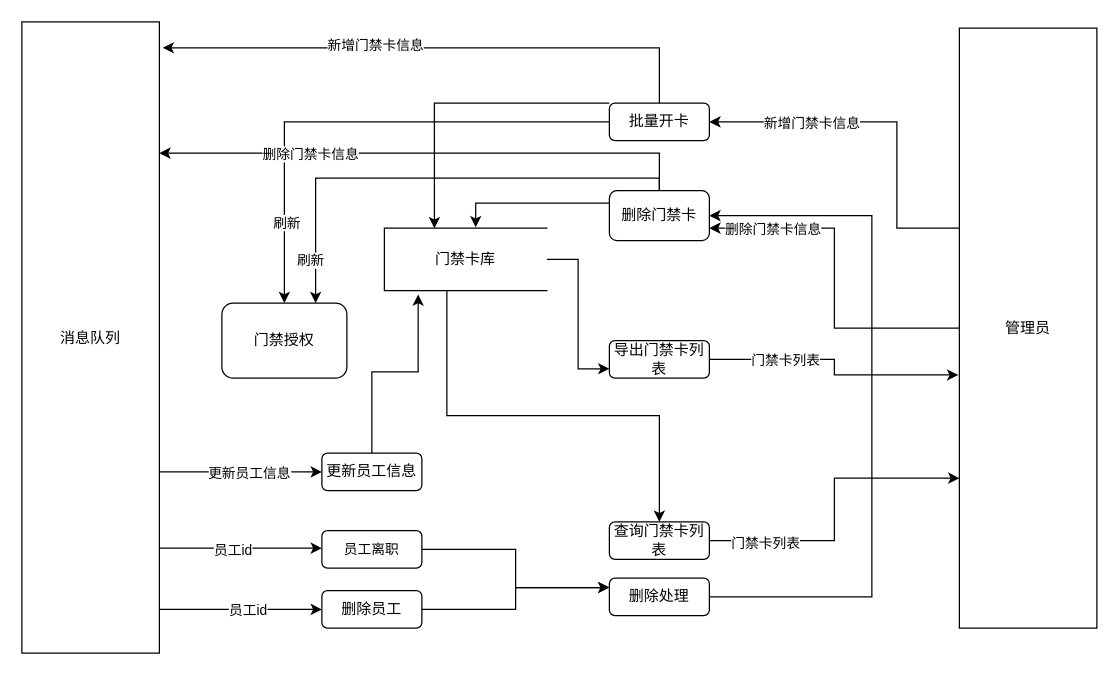
Alger-g/diagrams keeps this draw.io diagram as 门禁卡管理.drawio. Above is the earlier version. Source tidied: cells renumbered, new cells numbered last; positions are measured from the earlier drawing's top-left corner, leaving out a move shared by most shapes. Both pictures are drawn from the tidied source at 125%, with x=0, y=0 at pixel (21, 21).
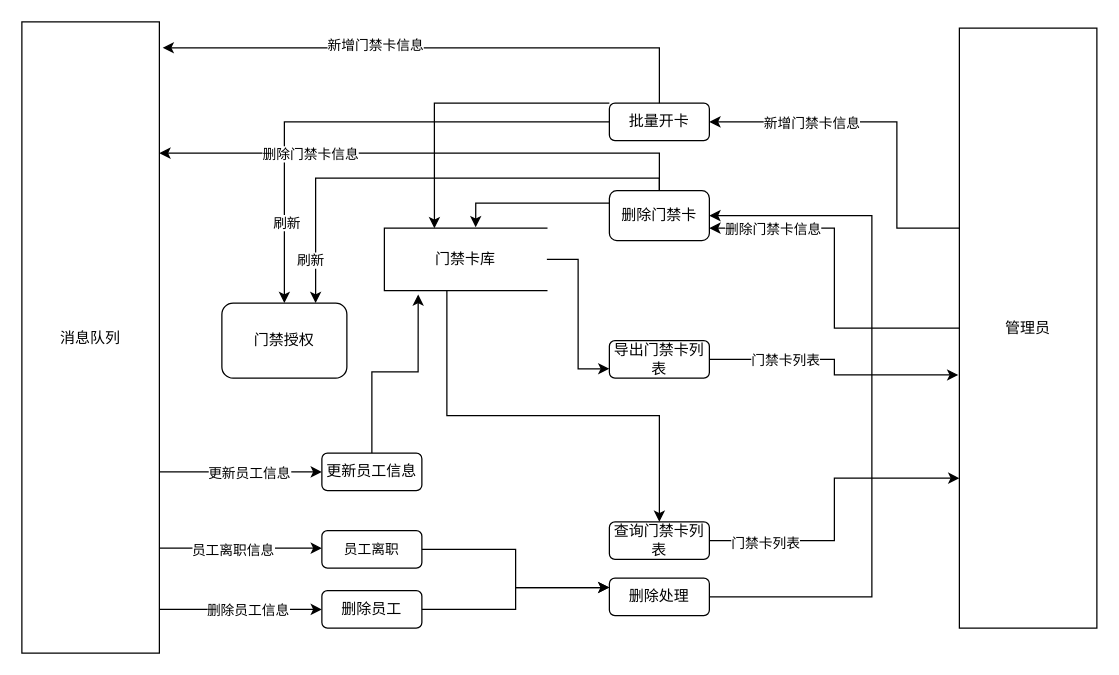
The same diagram, later.

Commit message:
更新门禁卡管理.drawio

The change refers to these unchanged cells:
```xml
<mxCell id="4" style="edgeStyle=orthogonalEdgeStyle;rounded=0;jettySize=auto;html=1;entryX=0;entryY=0.5;entryDx=0;entryDy=0;" parent="1" edge="1" source="8" target="36">
  <mxGeometry relative="1" as="geometry">
    <Array as="points">
      <mxPoint x="150" y="470" />
      <mxPoint x="150" y="470" />
    </Array>
  </mxGeometry>
</mxCell>
<mxCell id="6" style="edgeStyle=orthogonalEdgeStyle;rounded=0;orthogonalLoop=1;jettySize=auto;html=1;" parent="1" edge="1">
  <mxGeometry relative="1" as="geometry">
    <mxPoint x="110" y="421" as="sourcePoint" />
    <mxPoint x="240" y="421" as="targetPoint" />
    <Array as="points">
      <mxPoint x="130" y="421" />
      <mxPoint x="130" y="421" />
    </Array>
  </mxGeometry>
</mxCell>
```

Diff of the diagram source:
```diff
@@
-    <mxCell id="5" value="员工id" style="edgeLabel;html=1;align=center;verticalAlign=middle;" parent="4" vertex="1">
+    <mxCell id="5" value="删除员工信息" style="edgeLabel;html=1;align=center;verticalAlign=middle;" parent="4" vertex="1">
       <mxGeometry x="-0.21" relative="1" as="geometry">
         <mxPoint x="19" as="offset" />
       </mxGeometry>
     </mxCell>
@@
-    <mxCell id="7" value="员工id" style="edgeLabel;html=1;align=center;verticalAlign=middle;" parent="6" vertex="1">
+    <mxCell id="7" value="员工离职信息" style="edgeLabel;html=1;align=center;verticalAlign=middle;" parent="6" vertex="1">
       <mxGeometry x="-0.11" y="-1" relative="1" as="geometry" />
     </mxCell>
```
